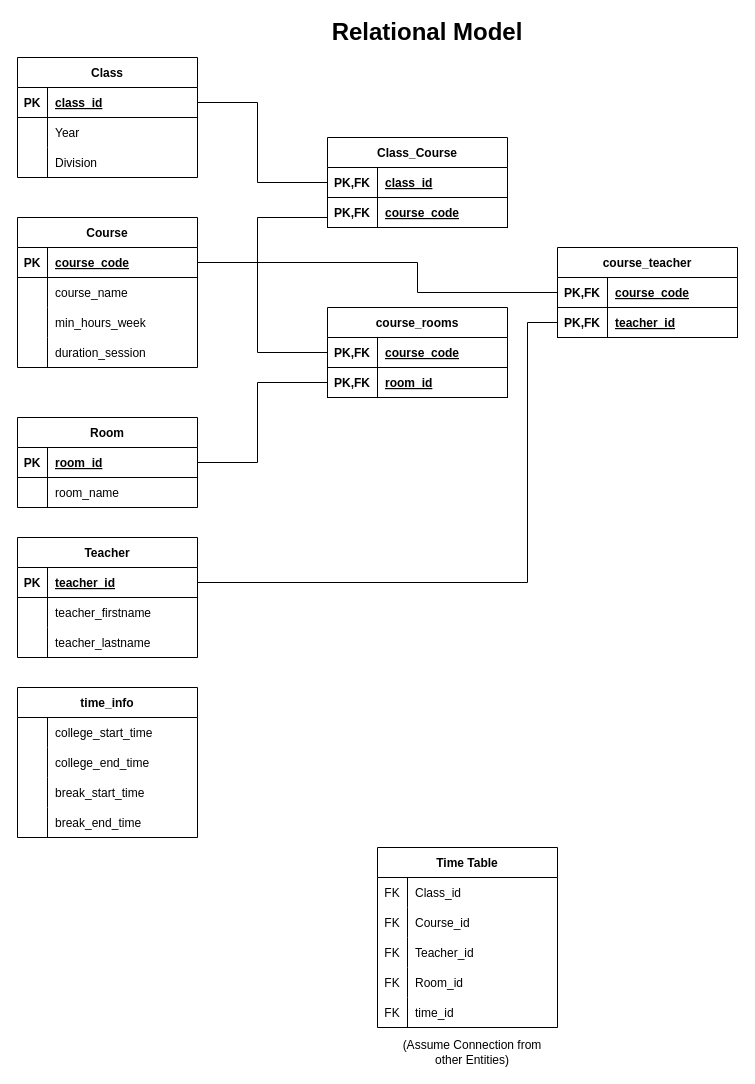
parmar-mohit/Automated_Time_Table_Scheduler keeps this draw.io diagram as Database/Relational Model.drawio. Above is the earlier version. Source tidied: cells renumbered, new cells numbered last; positions are measured from the earlier drawing's top-left corner, leaving out a move shared by most shapes. Both pictures are drawn from the tidied source at 100%, with x=0, y=0 at pixel (17, 17).
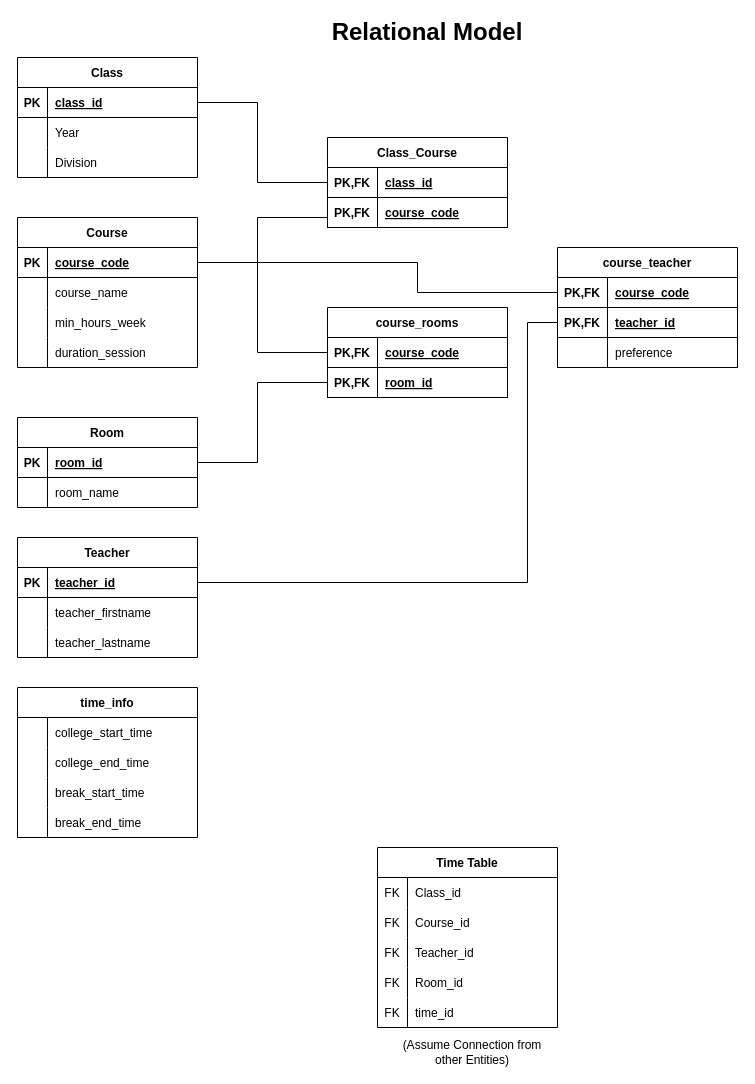
The same diagram, later.

Commit message (it also covers changes not shown here):
Add Preference Table to add Teacher Panel

Diff of the diagram source:
```diff
@@
     <mxCell id="61" value="course_teacher" style="shape=table;startSize=30;childLayout=tableLayout;rowLines=0;fontStyle=1;align=center;fontSize=12;" parent="1" vertex="1">
-      <mxGeometry x="540" y="230" width="180" height="90" as="geometry" />
+      <mxGeometry x="540" y="230" width="180" height="120" as="geometry" />
     </mxCell>
@@
+    <mxCell id="100" style="shape=tableRow;horizontal=0;startSize=0;swimlaneHead=0;swimlaneBody=0;fillColor=none;top=0;left=0;right=0;bottom=1;fontSize=24;" parent="61" vertex="1">
+      <mxGeometry y="90" width="180" height="30" as="geometry" />
+    </mxCell>
+    <mxCell id="101" style="shape=partialRectangle;fillColor=none;top=0;left=0;bottom=0;right=0;fontStyle=1;overflow=hidden;fontSize=12;" parent="100" vertex="1">
+      <mxGeometry width="50" height="30" as="geometry" />
+    </mxCell>
+    <mxCell id="102" value="preference" style="shape=partialRectangle;fillColor=none;top=0;left=0;bottom=0;right=0;align=left;spacingLeft=6;fontStyle=0;overflow=hidden;fontSize=12;" parent="100" vertex="1">
+      <mxGeometry x="50" width="130" height="30" as="geometry" />
+    </mxCell>
```
